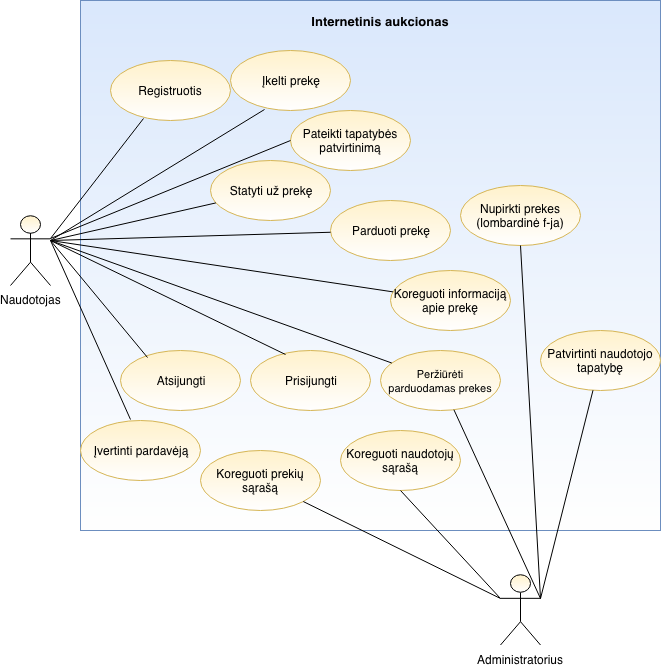
This is img/UseCaseDiagram.png from ievavizg/PSI, a draw.io export, as it was before one commit. Source tidied: cells renumbered, new cells last; positions are measured from the earlier drawing's top-left corner, leaving out a move shared by most shapes.
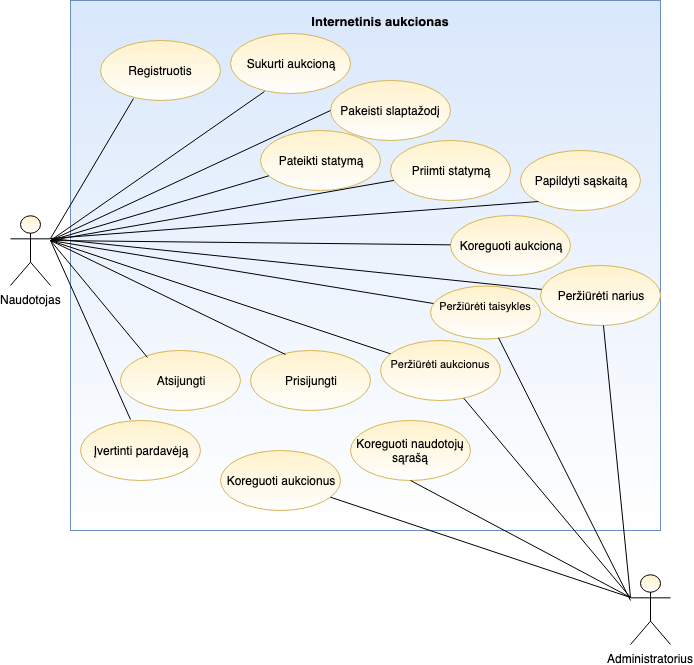
The same file after the commit.

Diff of the diagram source:
```diff
@@ -3,53 +3,47 @@
     <mxCell id="0" />
     <mxCell id="1" parent="0" />
     <mxCell id="2" style="rounded=0;whiteSpace=wrap;html=1;fillColor=#dae8fc;strokeColor=#6c8ebf;gradientColor=#ffffff;" parent="1" vertex="1">
-      <mxGeometry x="70" width="580" height="530" as="geometry" />
+      <mxGeometry x="60" width="590" height="530" as="geometry" />
     </mxCell>
     <mxCell id="3" value="Naudotojas" style="shape=umlActor;verticalLabelPosition=bottom;labelBackgroundColor=#ffffff;verticalAlign=top;html=1;outlineConnect=0;fillColor=#fff2cc;strokeColor=#000000;gradientColor=#ffffff;" parent="1" vertex="1">
       <mxGeometry y="215" width="40" height="70" as="geometry" />
     </mxCell>
     <mxCell id="4" value="Registruotis" style="ellipse;whiteSpace=wrap;html=1;fillColor=#fff2cc;strokeColor=#d6b656;gradientColor=#ffffff;" parent="1" vertex="1">
-      <mxGeometry x="100" y="60" width="120" height="60" as="geometry" />
+      <mxGeometry x="90" y="40" width="120" height="60" as="geometry" />
     </mxCell>
-    <mxCell id="5" value="Pateikti tapatybės patvirtinimą" style="ellipse;whiteSpace=wrap;html=1;fillColor=#fff2cc;strokeColor=#d6b656;gradientColor=#ffffff;" parent="1" vertex="1">
-      <mxGeometry x="280" y="110" width="120" height="60" as="geometry" />
-    </mxCell>
-    <mxCell id="6" value="Įkelti prekę" style="ellipse;whiteSpace=wrap;html=1;fillColor=#fff2cc;strokeColor=#d6b656;gradientColor=#ffffff;" parent="1" vertex="1">
-      <mxGeometry x="220" y="50" width="120" height="60" as="geometry" />
+    <mxCell id="6" value="Sukurti aukcioną" style="ellipse;whiteSpace=wrap;html=1;fillColor=#fff2cc;strokeColor=#d6b656;gradientColor=#ffffff;" parent="1" vertex="1">
+      <mxGeometry x="220" y="32.5" width="120" height="60" as="geometry" />
     </mxCell>
-    <mxCell id="7" value="&lt;font style=&quot;font-size: 11px&quot;&gt;Peržiūrėti parduodamas prekes&lt;/font&gt;" style="ellipse;whiteSpace=wrap;html=1;fillColor=#fff2cc;strokeColor=#d6b656;gradientColor=#ffffff;" parent="1" vertex="1">
-      <mxGeometry x="370" y="350" width="120" height="60" as="geometry" />
+    <mxCell id="7" value="&lt;font style=&quot;font-size: 11px&quot;&gt;Peržiūrėti aukcionus&lt;br&gt;&lt;br&gt;&lt;/font&gt;" style="ellipse;whiteSpace=wrap;html=1;fillColor=#fff2cc;strokeColor=#d6b656;gradientColor=#ffffff;" parent="1" vertex="1">
+      <mxGeometry x="370" y="340" width="120" height="60" as="geometry" />
     </mxCell>
     <mxCell id="8" value="Prisijungti" style="ellipse;whiteSpace=wrap;html=1;fillColor=#fff2cc;strokeColor=#d6b656;gradientColor=#ffffff;" parent="1" vertex="1">
       <mxGeometry x="240" y="350" width="120" height="60" as="geometry" />
     </mxCell>
-    <mxCell id="9" value="Statyti už prekę" style="ellipse;whiteSpace=wrap;html=1;fillColor=#fff2cc;strokeColor=#d6b656;gradientColor=#ffffff;" parent="1" vertex="1">
-      <mxGeometry x="200" y="160" width="120" height="60" as="geometry" />
+    <mxCell id="9" value="Pateikti statymą" style="ellipse;whiteSpace=wrap;html=1;fillColor=#fff2cc;strokeColor=#d6b656;gradientColor=#ffffff;" parent="1" vertex="1">
+      <mxGeometry x="250" y="130" width="120" height="60" as="geometry" />
     </mxCell>
-    <mxCell id="10" value="Parduoti prekę" style="ellipse;whiteSpace=wrap;html=1;fillColor=#fff2cc;strokeColor=#d6b656;gradientColor=#ffffff;" parent="1" vertex="1">
-      <mxGeometry x="320" y="200" width="120" height="60" as="geometry" />
+    <mxCell id="10" value="Priimti statymą" style="ellipse;whiteSpace=wrap;html=1;fillColor=#fff2cc;strokeColor=#d6b656;gradientColor=#ffffff;" parent="1" vertex="1">
+      <mxGeometry x="380" y="140" width="120" height="60" as="geometry" />
     </mxCell>
-    <mxCell id="11" value="Koreguoti informaciją apie prekę" style="ellipse;whiteSpace=wrap;html=1;fillColor=#fff2cc;strokeColor=#d6b656;gradientColor=#ffffff;" parent="1" vertex="1">
-      <mxGeometry x="380" y="270" width="120" height="60" as="geometry" />
+    <mxCell id="11" value="Koreguoti aukcioną" style="ellipse;whiteSpace=wrap;html=1;fillColor=#fff2cc;strokeColor=#d6b656;gradientColor=#ffffff;" parent="1" vertex="1">
+      <mxGeometry x="440" y="215" width="120" height="60" as="geometry" />
     </mxCell>
     <mxCell id="12" value="Administratorius&lt;br&gt;" style="shape=umlActor;verticalLabelPosition=bottom;labelBackgroundColor=#ffffff;verticalAlign=top;html=1;outlineConnect=0;fillColor=#fff2cc;strokeColor=#000000;gradientColor=#ffffff;" parent="1" vertex="1">
-      <mxGeometry x="490" y="574.5" width="40" height="70" as="geometry" />
+      <mxGeometry x="620" y="574" width="40" height="70" as="geometry" />
     </mxCell>
-    <mxCell id="13" value="Patvirtinti naudotojo tapatybę" style="ellipse;whiteSpace=wrap;html=1;fillColor=#fff2cc;strokeColor=#d6b656;gradientColor=#ffffff;" parent="1" vertex="1">
-      <mxGeometry x="530" y="330" width="120" height="60" as="geometry" />
+    <mxCell id="13" value="Peržiūrėti narius" style="ellipse;whiteSpace=wrap;html=1;fillColor=#fff2cc;strokeColor=#d6b656;gradientColor=#ffffff;" parent="1" vertex="1">
+      <mxGeometry x="530" y="265" width="120" height="60" as="geometry" />
     </mxCell>
     <mxCell id="14" value="Koreguoti naudotojų sąrašą" style="ellipse;whiteSpace=wrap;html=1;fillColor=#fff2cc;strokeColor=#d6b656;gradientColor=#ffffff;" parent="1" vertex="1">
-      <mxGeometry x="330" y="430" width="120" height="60" as="geometry" />
+      <mxGeometry x="340" y="420" width="120" height="60" as="geometry" />
     </mxCell>
-    <mxCell id="15" value="Koreguoti prekių sąrašą" style="ellipse;whiteSpace=wrap;html=1;fillColor=#fff2cc;strokeColor=#d6b656;gradientColor=#ffffff;" parent="1" vertex="1">
-      <mxGeometry x="190" y="450" width="120" height="60" as="geometry" />
+    <mxCell id="15" value="Koreguoti aukcionus" style="ellipse;whiteSpace=wrap;html=1;fillColor=#fff2cc;strokeColor=#d6b656;gradientColor=#ffffff;" parent="1" vertex="1">
+      <mxGeometry x="210" y="450" width="120" height="60" as="geometry" />
     </mxCell>
     <mxCell id="16" value="Įvertinti pardavėją" style="ellipse;whiteSpace=wrap;html=1;fillColor=#fff2cc;strokeColor=#d6b656;gradientColor=#ffffff;" parent="1" vertex="1">
       <mxGeometry x="70" y="420" width="120" height="60" as="geometry" />
     </mxCell>
-    <mxCell id="17" value="Nupirkti prekes (lombardinė f-ja)" style="ellipse;whiteSpace=wrap;html=1;fillColor=#fff2cc;strokeColor=#d6b656;gradientColor=#ffffff;" parent="1" vertex="1">
-      <mxGeometry x="450" y="185" width="120" height="60" as="geometry" />
-    </mxCell>
     <mxCell id="18" style="endArrow=none;html=1;entryX=0.275;entryY=0.967;entryDx=0;entryDy=0;exitX=1;exitY=0.3333333333333333;exitDx=0;exitDy=0;exitPerimeter=0;entryPerimeter=0;" parent="1" edge="1" source="3" target="4">
       <mxGeometry relative="1" as="geometry" />
     </mxCell>
@@ -58,9 +52,6 @@
         <mxPoint x="40" y="240" as="sourcePoint" />
       </mxGeometry>
     </mxCell>
-    <mxCell id="20" style="endArrow=none;html=1;entryX=0;entryY=0.5;entryDx=0;entryDy=0;exitX=1;exitY=0.3333333333333333;exitDx=0;exitDy=0;exitPerimeter=0;" parent="1" edge="1" source="3" target="5">
-      <mxGeometry relative="1" as="geometry" />
-    </mxCell>
     <mxCell id="21" style="endArrow=none;html=1;entryX=0.417;entryY=-0.017;entryDx=0;entryDy=0;entryPerimeter=0;" parent="1" edge="1" target="16">
       <mxGeometry relative="1" as="geometry">
         <mxPoint x="40" y="240" as="sourcePoint" />
@@ -97,14 +88,15 @@
     <mxCell id="28" style="endArrow=none;html=1;entryX=0.5;entryY=1;entryDx=0;entryDy=0;exitX=0;exitY=0.3333333333333333;exitDx=0;exitDy=0;exitPerimeter=0;" parent="1" edge="1" source="12" target="14">
       <mxGeometry relative="1" as="geometry" />
     </mxCell>
-    <mxCell id="29" style="endArrow=none;html=1;exitX=1;exitY=0.3333333333333333;exitDx=0;exitDy=0;exitPerimeter=0;" parent="1" edge="1" source="12" target="7">
-      <mxGeometry relative="1" as="geometry" />
+    <mxCell id="29" style="endArrow=none;html=1;" parent="1" edge="1" target="7">
+      <mxGeometry relative="1" as="geometry">
+        <mxPoint x="620" y="597" as="sourcePoint" />
+      </mxGeometry>
     </mxCell>
-    <mxCell id="30" style="endArrow=none;html=1;exitX=1;exitY=0.3333333333333333;exitDx=0;exitDy=0;exitPerimeter=0;entryX=0.5;entryY=1;entryDx=0;entryDy=0;" parent="1" edge="1" source="12" target="17">
-      <mxGeometry relative="1" as="geometry" />
-    </mxCell>
-    <mxCell id="31" style="endArrow=none;html=1;exitX=1;exitY=0.3333333333333333;exitDx=0;exitDy=0;exitPerimeter=0;" parent="1" edge="1" source="12" target="13">
-      <mxGeometry relative="1" as="geometry" />
+    <mxCell id="31" style="endArrow=none;html=1;" parent="1" edge="1" target="13">
+      <mxGeometry relative="1" as="geometry">
+        <mxPoint x="620" y="597" as="sourcePoint" />
+      </mxGeometry>
     </mxCell>
     <mxCell id="32" value="Internetinis aukcionas" style="text;html=1;strokeColor=none;fillColor=none;align=center;verticalAlign=middle;whiteSpace=wrap;rounded=0;fontSize=13;fontStyle=1;" parent="1" vertex="1">
       <mxGeometry x="269" y="10" width="202" height="20" as="geometry" />
@@ -117,5 +109,35 @@
         <mxPoint x="40" y="240" as="sourcePoint" />
       </mxGeometry>
     </mxCell>
+    <mxCell id="35" style="endArrow=none;html=1;exitX=1;exitY=0.3333333333333333;exitDx=0;exitDy=0;exitPerimeter=0;" parent="1" edge="1" source="3" target="13">
+      <mxGeometry relative="1" as="geometry" />
+    </mxCell>
+    <mxCell id="36" value="Pakeisti slaptažodį" style="ellipse;whiteSpace=wrap;html=1;fillColor=#fff2cc;strokeColor=#d6b656;gradientColor=#ffffff;" parent="1" vertex="1">
+      <mxGeometry x="320" y="80" width="120" height="60" as="geometry" />
+    </mxCell>
+    <mxCell id="37" style="endArrow=none;html=1;entryX=0;entryY=0.5;entryDx=0;entryDy=0;" parent="1" edge="1" target="36">
+      <mxGeometry relative="1" as="geometry">
+        <mxPoint x="40" y="240" as="sourcePoint" />
+      </mxGeometry>
+    </mxCell>
+    <mxCell id="38" value="Papildyti sąskaitą" style="ellipse;whiteSpace=wrap;html=1;fillColor=#fff2cc;strokeColor=#d6b656;gradientColor=#ffffff;" parent="1" vertex="1">
+      <mxGeometry x="510" y="150" width="120" height="60" as="geometry" />
+    </mxCell>
+    <mxCell id="39" style="endArrow=none;html=1;exitX=1;exitY=0.3333333333333333;exitDx=0;exitDy=0;exitPerimeter=0;entryX=0;entryY=1;entryDx=0;entryDy=0;" parent="1" edge="1" source="3" target="38">
+      <mxGeometry relative="1" as="geometry" />
+    </mxCell>
+    <mxCell id="40" value="&lt;font style=&quot;font-size: 11px&quot;&gt;Peržiūrėti taisykles&lt;br&gt;&lt;br&gt;&lt;/font&gt;" style="ellipse;whiteSpace=wrap;html=1;fillColor=#fff2cc;strokeColor=#d6b656;gradientColor=#ffffff;" parent="1" vertex="1">
+      <mxGeometry x="420" y="285" width="110" height="53" as="geometry" />
+    </mxCell>
+    <mxCell id="41" style="endArrow=none;html=1;" parent="1" edge="1" target="40">
+      <mxGeometry relative="1" as="geometry">
+        <mxPoint x="620" y="600" as="sourcePoint" />
+      </mxGeometry>
+    </mxCell>
+    <mxCell id="42" style="endArrow=none;html=1;" parent="1" edge="1" target="40">
+      <mxGeometry relative="1" as="geometry">
+        <mxPoint x="40" y="240" as="sourcePoint" />
+      </mxGeometry>
+    </mxCell>
   </root>
 </mxGraphModel>
```
